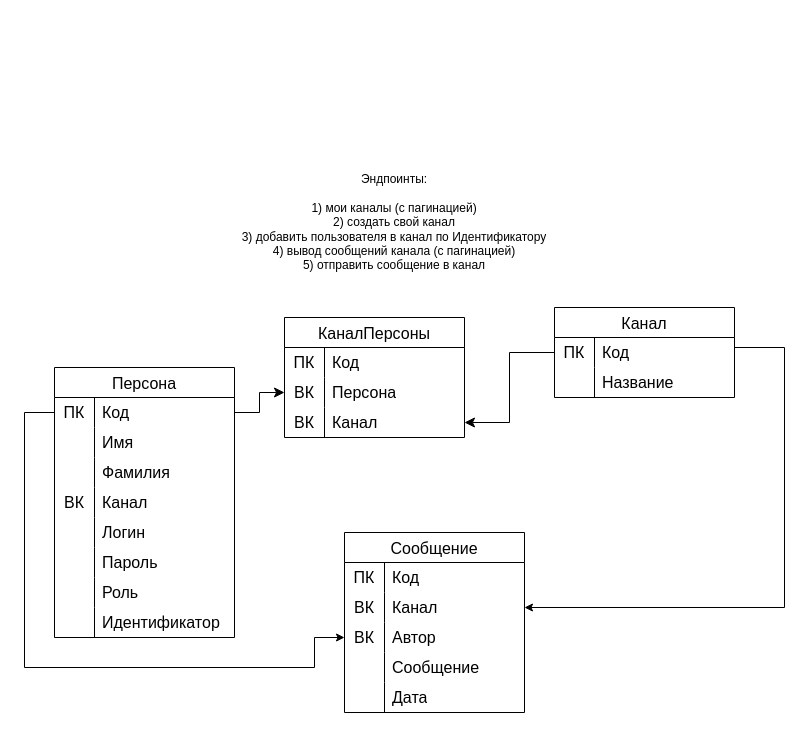
This is docs/database/Диаграмма без названия.drawio from AbominablePutridity/JCoreMessenger, a draw.io file, before an edit. Source tidied: cells renumbered, new cells numbered last; positions are measured from the earlier drawing's top-left corner, leaving out a move shared by most shapes. Both pictures are drawn from the tidied source at 100%, with x=0, y=0 at pixel (24, 137).
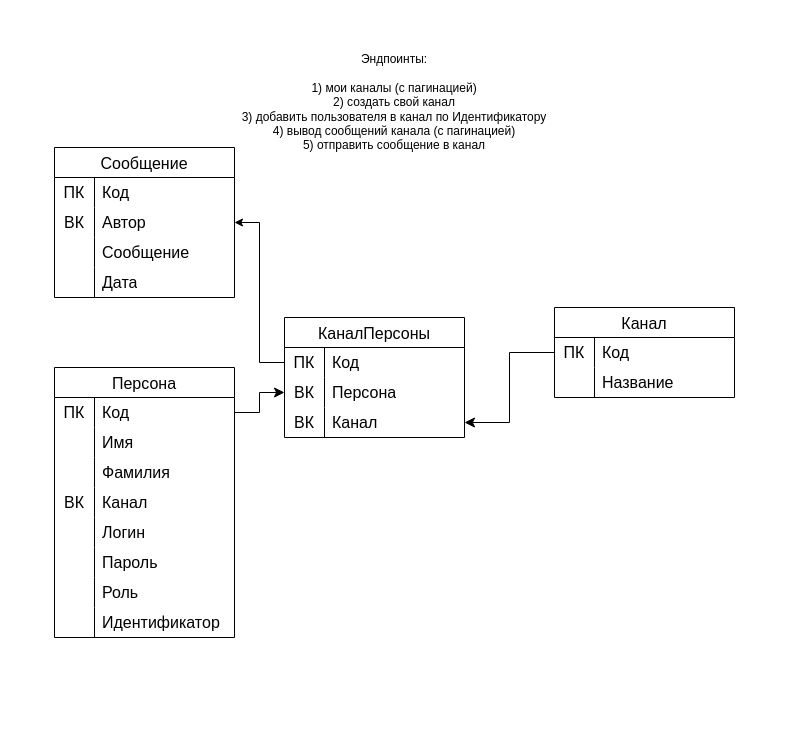
The same diagram, later.

Commit message (it also covers changes not shown here):
Исправление связей, модели, диаграммы, инсертов с тестовыми данными

Unchanged cells that the change refers to:
```xml
<mxCell id="3" style="shape=tableRow;horizontal=0;startSize=0;swimlaneHead=0;swimlaneBody=0;top=0;left=0;bottom=0;right=0;fillColor=none;points=[[0,0.5],[1,0.5]];portConstraint=eastwest;strokeColor=inherit;fontSize=16;" parent="2" vertex="1">
  <mxGeometry y="30" width="180" height="30" as="geometry" />
</mxCell>
<mxCell id="28" style="shape=tableRow;horizontal=0;startSize=0;swimlaneHead=0;swimlaneBody=0;top=0;left=0;bottom=0;right=0;fillColor=none;points=[[0,0.5],[1,0.5]];portConstraint=eastwest;strokeColor=inherit;fontSize=16;" parent="27" vertex="1">
  <mxGeometry y="30" width="180" height="30" as="geometry" />
</mxCell>
<mxCell id="38" style="shape=tableRow;horizontal=0;startSize=0;swimlaneHead=0;swimlaneBody=0;top=0;left=0;bottom=0;right=0;fillColor=none;points=[[0,0.5],[1,0.5]];portConstraint=eastwest;strokeColor=inherit;fontSize=16;" parent="34" vertex="1">
  <mxGeometry y="60" width="180" height="30" as="geometry" />
</mxCell>
<mxCell id="54" style="shape=tableRow;horizontal=0;startSize=0;swimlaneHead=0;swimlaneBody=0;top=0;left=0;bottom=0;right=0;fillColor=none;points=[[0,0.5],[1,0.5]];portConstraint=eastwest;strokeColor=inherit;fontSize=16;" parent="53" vertex="1">
  <mxGeometry y="30" width="180" height="30" as="geometry" />
</mxCell>
```

The edit, as a diff of the source:
```diff
@@
     <mxCell id="34" value="Сообщение" style="shape=table;startSize=30;childLayout=tableLayout;rowLines=0;fontStyle=0;strokeColor=default;fontSize=16;" parent="1" vertex="1">
-      <mxGeometry x="320" y="395" width="180" height="180" as="geometry" />
+      <mxGeometry x="30" y="10" width="180" height="150" as="geometry" />
     </mxCell>
@@
-    <mxCell id="40" value="Канал" style="shape=partialRectangle;html=1;whiteSpace=wrap;fillColor=none;top=0;left=0;bottom=0;right=0;align=left;spacingLeft=6;overflow=hidden;strokeColor=inherit;fontSize=16;" parent="38" vertex="1">
+    <mxCell id="40" value="Автор" style="shape=partialRectangle;html=1;whiteSpace=wrap;fillColor=none;top=0;left=0;bottom=0;right=0;align=left;spacingLeft=6;overflow=hidden;strokeColor=inherit;fontSize=16;" parent="38" vertex="1">
       <mxGeometry x="40" width="140" height="30" as="geometry" />
     </mxCell>
-    <mxCell id="41" style="shape=tableRow;horizontal=0;startSize=0;swimlaneHead=0;swimlaneBody=0;top=0;left=0;bottom=0;right=0;fillColor=none;points=[[0,0.5],[1,0.5]];portConstraint=eastwest;strokeColor=inherit;fontSize=16;" parent="34" vertex="1">
-      <mxGeometry y="90" width="180" height="30" as="geometry" />
-    </mxCell>
-    <mxCell id="42" value="ВК" style="shape=partialRectangle;html=1;whiteSpace=wrap;fillColor=none;top=0;left=0;bottom=0;right=0;overflow=hidden;strokeColor=inherit;fontSize=16;" parent="41" vertex="1">
-      <mxGeometry width="40" height="30" as="geometry" />
-    </mxCell>
-    <mxCell id="43" value="Автор" style="shape=partialRectangle;html=1;whiteSpace=wrap;fillColor=none;top=0;left=0;bottom=0;right=0;align=left;spacingLeft=6;overflow=hidden;strokeColor=inherit;fontSize=16;" parent="41" vertex="1">
-      <mxGeometry x="40" width="140" height="30" as="geometry" />
-    </mxCell>
     <mxCell id="44" style="shape=tableRow;horizontal=0;startSize=0;swimlaneHead=0;swimlaneBody=0;top=0;left=0;bottom=0;right=0;fillColor=none;strokeColor=inherit;fontSize=16;" parent="34" vertex="1">
-      <mxGeometry y="120" width="180" height="30" as="geometry" />
+      <mxGeometry y="90" width="180" height="30" as="geometry" />
     </mxCell>
@@
     <mxCell id="47" style="shape=tableRow;horizontal=0;startSize=0;swimlaneHead=0;swimlaneBody=0;top=0;left=0;bottom=0;right=0;fillColor=none;strokeColor=inherit;fontSize=16;" parent="34" vertex="1">
-      <mxGeometry y="150" width="180" height="30" as="geometry" />
+      <mxGeometry y="120" width="180" height="30" as="geometry" />
     </mxCell>
@@
-    <mxCell id="50" style="edgeStyle=orthogonalEdgeStyle;rounded=0;jettySize=auto;html=1;" parent="1" edge="1" source="3" target="41">
-      <mxGeometry relative="1" as="geometry">
-        <Array as="points">
-          <mxPoint y="275" />
-          <mxPoint y="530" />
-          <mxPoint x="290" y="530" />
-          <mxPoint x="290" y="500" />
-        </Array>
-      </mxGeometry>
-    </mxCell>
-    <mxCell id="51" style="edgeStyle=orthogonalEdgeStyle;rounded=0;jettySize=auto;html=1;" parent="1" edge="1" source="28" target="38">
-      <mxGeometry relative="1" as="geometry">
-        <Array as="points">
-          <mxPoint x="760" y="210" />
-          <mxPoint x="760" y="470" />
-        </Array>
-      </mxGeometry>
-    </mxCell>
     <mxCell id="52" value="Эндпоинты:&lt;div&gt;&lt;br&gt;&lt;div&gt;1) мои каналы (с пагинацией)&lt;br&gt;&lt;/div&gt;&lt;div&gt;2) создать свой канал&lt;/div&gt;&lt;div&gt;3) добавить пользователя в канал по Идентификатору&lt;/div&gt;&lt;div&gt;4) вывод сообщений канала&amp;nbsp;&lt;span style=&quot;background-color: transparent; color: light-dark(rgb(0, 0, 0), rgb(255, 255, 255));&quot;&gt;(с пагинацией)&lt;/span&gt;&lt;/div&gt;&lt;div&gt;5) отправить сообщение в канал&lt;/div&gt;&lt;/div&gt;" style="text;html=1;whiteSpace=wrap;strokeColor=none;fillColor=none;align=center;verticalAlign=middle;rounded=0;" parent="1" vertex="1">
-      <mxGeometry x="190" width="360" height="170" as="geometry" />
+      <mxGeometry x="190" y="-120" width="360" height="170" as="geometry" />
     </mxCell>
@@
+    <mxCell id="65" style="edgeStyle=orthogonalEdgeStyle;rounded=0;jettySize=auto;html=1;" parent="1" edge="1" source="54" target="38">
+      <mxGeometry relative="1" as="geometry" />
+    </mxCell>
```
